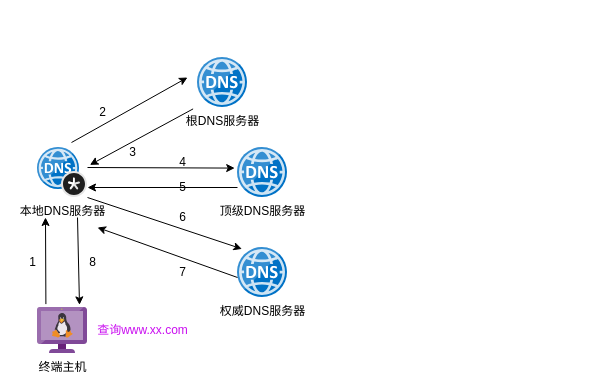
wintrysec/img keeps this draw.io diagram as DNS查询过程.drawio. Above is the earlier version. Source tidied: cells renumbered, new cells numbered last; positions are measured from the earlier drawing's top-left corner, leaving out a move shared by most shapes. Both pictures are drawn from the tidied source at 100%, with x=0, y=0 at pixel (17, 57).
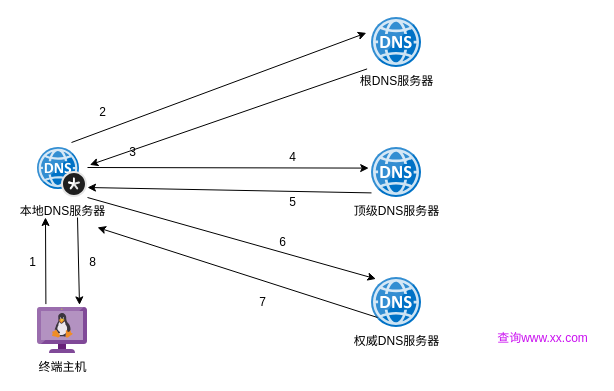
The same page after the edit.

Commit message (it also covers changes not shown here):
更新DNS查询过程.drawio

The change refers to these unchanged cells:
```xml
<mxCell id="2" value="本地DNS服务器" style="sketch=0;html=1;points=[];align=center;image;fontSize=12;image=img/lib/mscae/DNS_Private_Zones.svg;" parent="1" vertex="1">
  <mxGeometry x="20" y="90" width="50" height="50" as="geometry" />
</mxCell>
```

What changed in the source:
```diff
@@
     <mxCell id="3" value="根DNS服务器" style="sketch=0;html=1;points=[];align=center;image;fontSize=12;image=img/lib/mscae/DNS.svg;" parent="1" vertex="1">
-      <mxGeometry x="180" width="50" height="50" as="geometry" />
+      <mxGeometry x="354" y="-40" width="50" height="50" as="geometry" />
     </mxCell>
     <mxCell id="4" value="顶级DNS服务器" style="sketch=0;html=1;points=[];align=center;image;fontSize=12;image=img/lib/mscae/DNS.svg;" parent="1" vertex="1">
-      <mxGeometry x="220" y="90" width="50" height="50" as="geometry" />
+      <mxGeometry x="354" y="90" width="50" height="50" as="geometry" />
     </mxCell>
     <mxCell id="5" value="权威DNS服务器" style="sketch=0;html=1;points=[];align=center;image;fontSize=12;image=img/lib/mscae/DNS.svg;" parent="1" vertex="1">
-      <mxGeometry x="220" y="190" width="50" height="50" as="geometry" />
+      <mxGeometry x="354" y="220" width="50" height="50" as="geometry" />
     </mxCell>
@@
-    <mxCell id="11" style="edgeStyle=none;jettySize=auto;html=1;rounded=0;exitX=0.68;exitY=-0.1;exitDx=0;exitDy=0;exitPerimeter=0;" parent="1" edge="1" source="2">
-      <mxGeometry relative="1" as="geometry">
-        <mxPoint x="170" y="20" as="targetPoint" />
-      </mxGeometry>
+    <mxCell id="11" style="edgeStyle=none;jettySize=auto;html=1;rounded=0;exitX=0.68;exitY=-0.1;exitDx=0;exitDy=0;exitPerimeter=0;entryX=-0.104;entryY=0.308;entryDx=0;entryDy=0;entryPerimeter=0;" parent="1" edge="1" source="2" target="3">
+      <mxGeometry relative="1" as="geometry" />
     </mxCell>
@@
-    <mxCell id="16" style="edgeStyle=none;jettySize=auto;html=1;rounded=0;entryX=1;entryY=0.8;entryDx=0;entryDy=0;entryPerimeter=0;" parent="1" edge="1" target="2">
-      <mxGeometry relative="1" as="geometry">
-        <mxPoint x="220" y="130" as="sourcePoint" />
-      </mxGeometry>
+    <mxCell id="16" style="edgeStyle=none;jettySize=auto;html=1;rounded=0;entryX=1;entryY=0.8;entryDx=0;entryDy=0;entryPerimeter=0;exitX=0;exitY=0.908;exitDx=0;exitDy=0;exitPerimeter=0;" parent="1" edge="1" source="4" target="2">
+      <mxGeometry relative="1" as="geometry" />
     </mxCell>
@@
-    <mxCell id="18" style="edgeStyle=none;orthogonalLoop=1;jettySize=auto;html=1;rounded=0;" parent="1" edge="1">
+    <mxCell id="18" style="edgeStyle=none;jettySize=auto;html=1;rounded=0;exitX=0.12;exitY=0.8;exitDx=0;exitDy=0;exitPerimeter=0;" parent="1" edge="1" source="5">
       <mxGeometry relative="1" as="geometry">
-        <mxPoint x="220" y="220" as="sourcePoint" />
         <mxPoint x="80" y="170" as="targetPoint" />
       </mxGeometry>
     </mxCell>
     <mxCell id="19" value="4" style="text;html=1;align=center;verticalAlign=middle;fillColor=none;strokeColor=none;rounded=0;" parent="1" vertex="1">
-      <mxGeometry x="150" y="90" width="30" height="30" as="geometry" />
+      <mxGeometry x="260" y="85" width="30" height="30" as="geometry" />
     </mxCell>
     <mxCell id="20" value="5" style="text;html=1;align=center;verticalAlign=middle;fillColor=none;strokeColor=none;rounded=0;" parent="1" vertex="1">
-      <mxGeometry x="150" y="115" width="30" height="30" as="geometry" />
+      <mxGeometry x="260" y="130" width="30" height="30" as="geometry" />
     </mxCell>
     <mxCell id="21" value="6" style="text;html=1;align=center;verticalAlign=middle;fillColor=none;strokeColor=none;rounded=0;" parent="1" vertex="1">
-      <mxGeometry x="150" y="145" width="30" height="30" as="geometry" />
+      <mxGeometry x="250" y="170" width="30" height="30" as="geometry" />
     </mxCell>
     <mxCell id="22" value="7" style="text;html=1;align=center;verticalAlign=middle;fillColor=none;strokeColor=none;rounded=0;" parent="1" vertex="1">
-      <mxGeometry x="150" y="200" width="30" height="30" as="geometry" />
+      <mxGeometry x="230" y="230" width="30" height="30" as="geometry" />
     </mxCell>
     <mxCell id="23" value="&lt;font color=&quot;#ca0ef0&quot;&gt;查询www.xx.com&lt;/font&gt;" style="text;html=1;align=center;verticalAlign=middle;fillColor=none;strokeColor=none;rounded=0;" parent="1" vertex="1">
-      <mxGeometry x="70" y="258" width="110" height="30" as="geometry" />
+      <mxGeometry x="470" y="266" width="110" height="30" as="geometry" />
     </mxCell>
```
